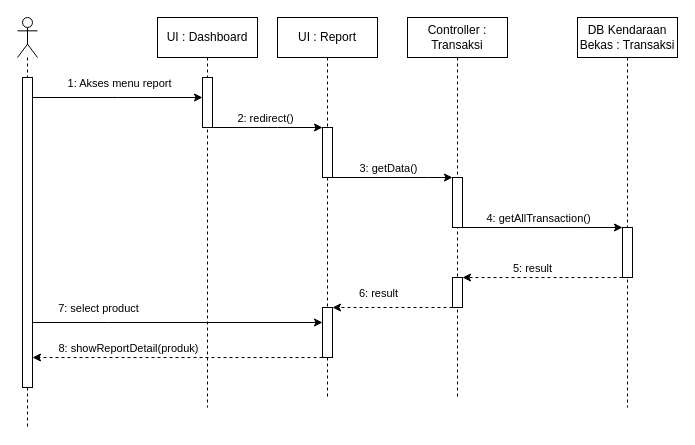
The draw.io diagram page "Report" (3 of 28) of UML/Sequence Web.drawio in DevinWilliady/KendaraanBekasUML, before the edit. Source tidied: cells renumbered, new cells numbered last; positions are measured from the earlier drawing's top-left corner, leaving out a move shared by most shapes. Both pictures are drawn from the tidied source at 100%, with x=0, y=0 at pixel (17, 17).
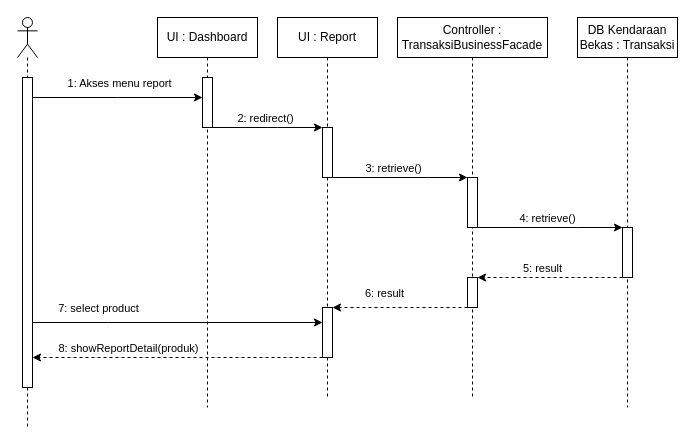
Above is the later version.

The change refers to these unchanged cells:
```xml
<mxCell id="18" style="edgeStyle=orthogonalEdgeStyle;rounded=0;jettySize=auto;html=1;" parent="1" edge="1" source="7" target="14">
  <mxGeometry relative="1" as="geometry">
    <Array as="points">
      <mxPoint x="410" y="160" />
      <mxPoint x="410" y="160" />
    </Array>
  </mxGeometry>
</mxCell>
<mxCell id="20" style="edgeStyle=orthogonalEdgeStyle;rounded=0;jettySize=auto;html=1;" parent="1" edge="1" source="14" target="17">
  <mxGeometry relative="1" as="geometry">
    <Array as="points">
      <mxPoint x="560" y="210" />
      <mxPoint x="560" y="210" />
    </Array>
  </mxGeometry>
</mxCell>
```

Change to the diagram source:
```diff
@@
-    <mxCell id="13" value="Controller : Transaksi" style="shape=umlLifeline;perimeter=lifelinePerimeter;whiteSpace=wrap;html=1;" parent="1" vertex="1">
-      <mxGeometry x="390" width="100" height="380" as="geometry" />
+    <mxCell id="13" value="Controller : TransaksiBusinessFacade" style="shape=umlLifeline;perimeter=lifelinePerimeter;whiteSpace=wrap;html=1;" parent="1" vertex="1">
+      <mxGeometry x="380" width="150" height="380" as="geometry" />
     </mxCell>
     <mxCell id="14" style="html=1;points=[];perimeter=orthogonalPerimeter;" parent="13" vertex="1">
-      <mxGeometry x="45" y="160" width="10" height="50" as="geometry" />
+      <mxGeometry x="70" y="160" width="10" height="50" as="geometry" />
     </mxCell>
     <mxCell id="15" style="html=1;points=[];perimeter=orthogonalPerimeter;" parent="13" vertex="1">
-      <mxGeometry x="45" y="260" width="10" height="30" as="geometry" />
+      <mxGeometry x="70" y="260" width="10" height="30" as="geometry" />
     </mxCell>
@@
-    <mxCell id="19" value="3: getData()" style="edgeLabel;html=1;align=center;verticalAlign=middle;" parent="18" vertex="1">
+    <mxCell id="19" value="3: retrieve()" style="edgeLabel;html=1;align=center;verticalAlign=middle;" parent="18" vertex="1">
       <mxGeometry x="-0.3" y="4" relative="1" as="geometry">
         <mxPoint x="13" y="-6" as="offset" />
       </mxGeometry>
     </mxCell>
@@
-    <mxCell id="21" value="4: getAllTransaction()" style="edgeLabel;html=1;align=center;verticalAlign=middle;" parent="20" vertex="1">
+    <mxCell id="21" value="4: retrieve()" style="edgeLabel;html=1;align=center;verticalAlign=middle;" parent="20" vertex="1">
       <mxGeometry x="-0.29" y="1" relative="1" as="geometry">
         <mxPoint x="18" y="-9" as="offset" />
       </mxGeometry>
     </mxCell>
```
